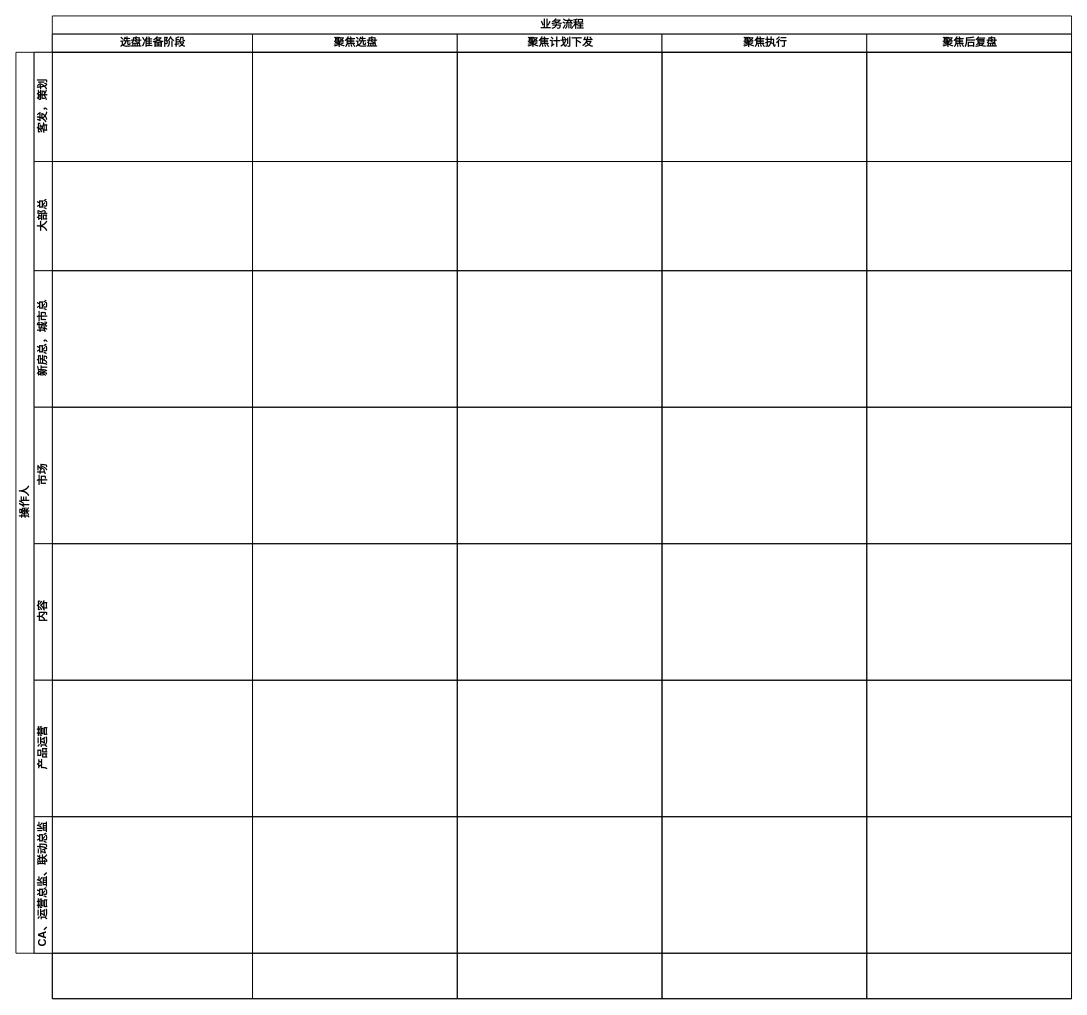
This is Untitled Diagram.drawio from zhangmengzzz/learngit, a draw.io file, before an edit. Source tidied: cells renumbered, new cells numbered last; positions are measured from the earlier drawing's top-left corner, leaving out a move shared by most shapes. Both pictures are drawn from the tidied source at 91%, with x=0, y=0 at pixel (15, 15).
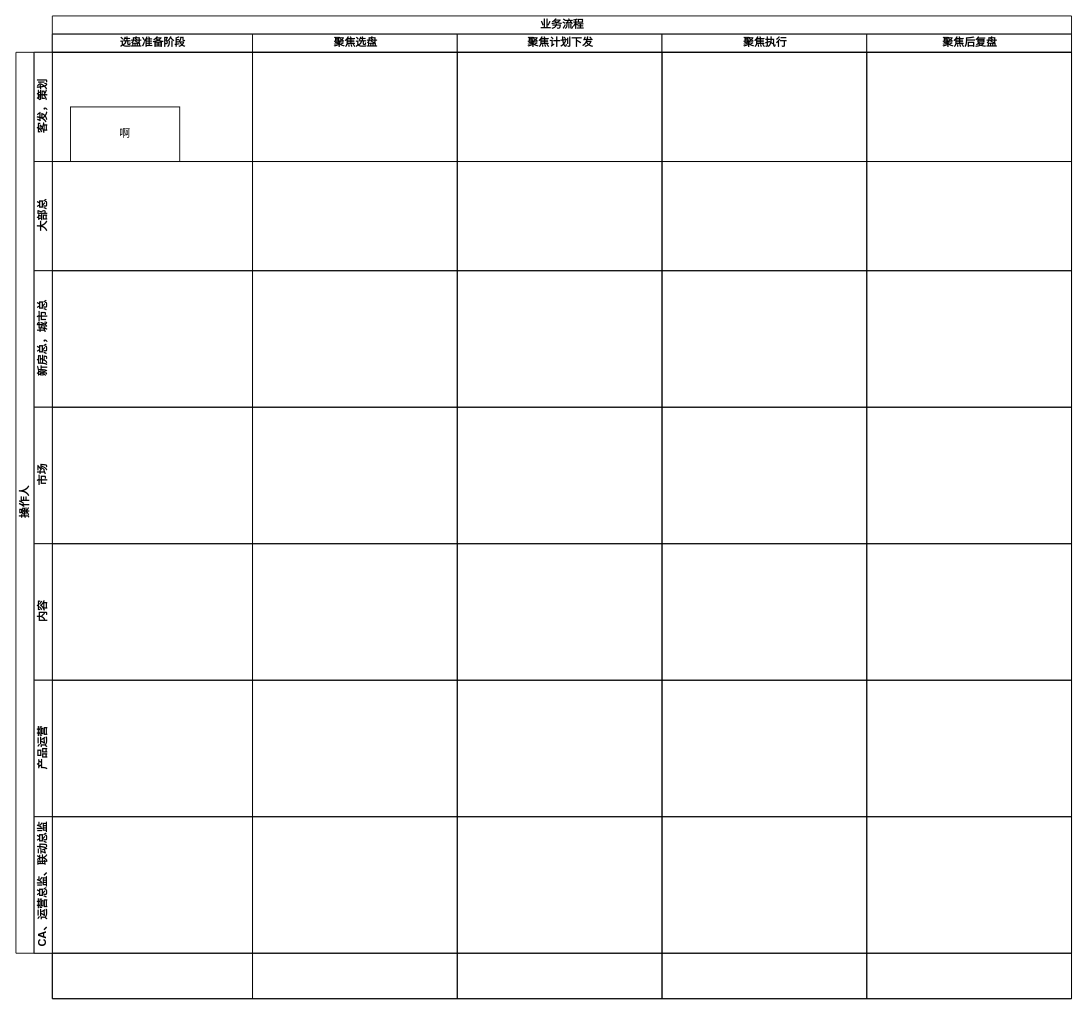
Above is the later version.

What changed in the source:
```diff
@@
 <mxGraphModel>
   <root>
     <mxCell id="0" />
     <mxCell id="1" parent="0" />
     <mxCell id="2" value="业务流程" style="swimlane;html=1;startSize=20;" parent="1" vertex="1">
       <mxGeometry x="40" width="1120" height="1080" as="geometry" />
     </mxCell>
     <mxCell id="3" value="选盘准备阶段" style="swimlane;html=1;startSize=20;" parent="2" vertex="1">
       <mxGeometry y="20" width="220" height="1060" as="geometry" />
     </mxCell>
     <mxCell id="4" value="聚焦选盘" style="swimlane;html=1;startSize=20;" parent="2" vertex="1">
       <mxGeometry x="220" y="20" width="225" height="1060" as="geometry" />
     </mxCell>
     <mxCell id="5" value="聚焦计划下发" style="swimlane;html=1;startSize=20;" parent="2" vertex="1">
       <mxGeometry x="445" y="20" width="225" height="1060" as="geometry" />
     </mxCell>
     <mxCell id="6" value="聚焦执行" style="swimlane;html=1;startSize=20;" parent="2" vertex="1">
       <mxGeometry x="670" y="20" width="225" height="1060" as="geometry" />
     </mxCell>
     <mxCell id="7" value="聚焦后复盘" style="swimlane;html=1;startSize=20;" parent="2" vertex="1">
       <mxGeometry x="895" y="20" width="225" height="1060" as="geometry" />
     </mxCell>
     <mxCell id="8" value="操作人" style="swimlane;html=1;horizontal=0;startSize=20;" parent="1" vertex="1">
       <mxGeometry y="40" width="1160" height="990" as="geometry" />
     </mxCell>
     <mxCell id="9" value="客发，策划" style="swimlane;html=1;startSize=20;horizontal=0;" parent="8" vertex="1">
       <mxGeometry x="20" width="1140" height="120" as="geometry" />
     </mxCell>
     <mxCell id="10" value="大部总" style="swimlane;html=1;startSize=20;horizontal=0;" parent="8" vertex="1">
       <mxGeometry x="20" y="120" width="1140" height="120" as="geometry" />
     </mxCell>
     <mxCell id="11" value="新房总，城市总" style="swimlane;html=1;startSize=20;horizontal=0;" parent="8" vertex="1">
       <mxGeometry x="20" y="240" width="1140" height="150" as="geometry" />
     </mxCell>
     <mxCell id="12" value="市场" style="swimlane;html=1;startSize=20;horizontal=0;" parent="8" vertex="1">
       <mxGeometry x="20" y="390" width="1140" height="150" as="geometry" />
     </mxCell>
     <mxCell id="13" value="内容" style="swimlane;html=1;startSize=20;horizontal=0;" parent="8" vertex="1">
       <mxGeometry x="20" y="540" width="1140" height="150" as="geometry" />
     </mxCell>
     <mxCell id="14" value="产品运营" style="swimlane;html=1;startSize=20;horizontal=0;" parent="8" vertex="1">
       <mxGeometry x="20" y="690" width="1140" height="150" as="geometry" />
     </mxCell>
     <mxCell id="15" value="CA、运营总监、联动总监" style="swimlane;html=1;startSize=20;horizontal=0;" parent="8" vertex="1">
       <mxGeometry x="20" y="840" width="1140" height="150" as="geometry" />
     </mxCell>
+    <mxCell id="16" value="啊" style="whiteSpace=wrap;html=1;" parent="1" vertex="1">
+      <mxGeometry x="60" y="100" width="120" height="60" as="geometry" />
+    </mxCell>
   </root>
 </mxGraphModel>
```
